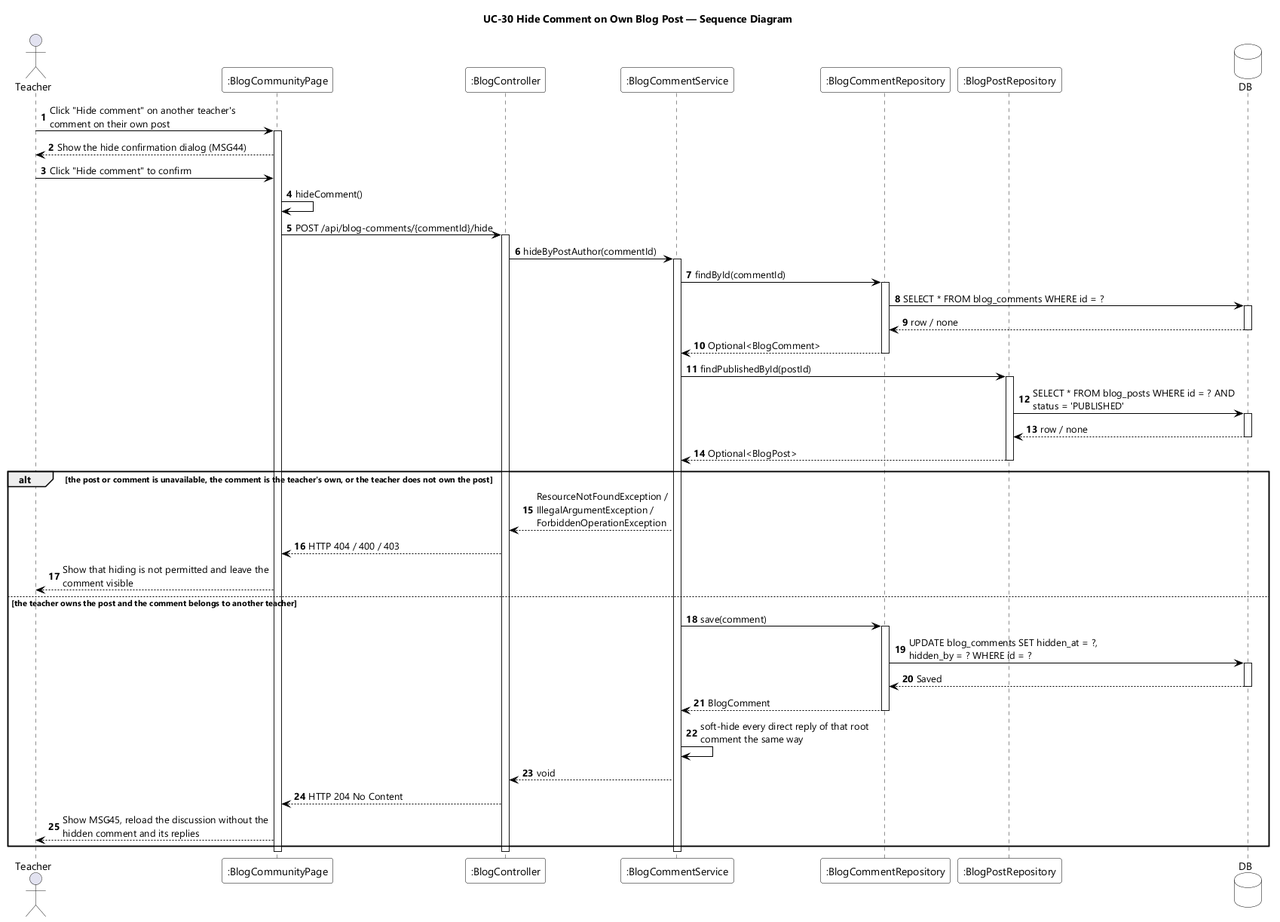
Before: designs/sds-diagrams/uc30/uc30-sequence-diagram.png, a diagram exported from PlantUML (EduA-system/EduA-system).
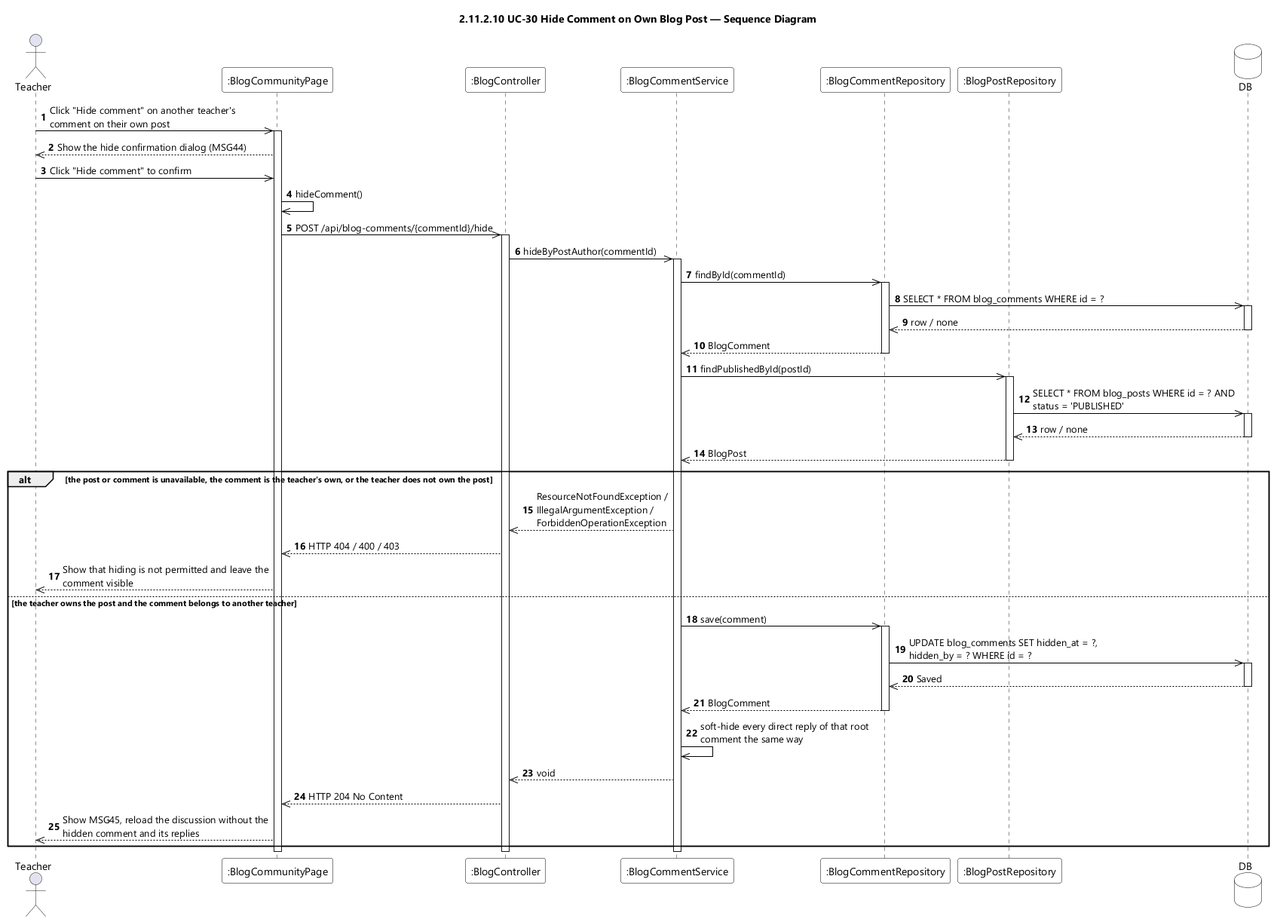
After the commit.

Change to the diagram source:
```diff
@@ -9,7 +9,7 @@
 skinparam ArrowColor #000000
 skinparam sequenceMessageAlign left
 skinparam maxMessageSize 280
-title UC-30 Hide Comment on Own Blog Post — Sequence Diagram
+title 2.11.2.10 UC-30 Hide Comment on Own Blog Post — Sequence Diagram
 
 actor Teacher
 participant ":BlogCommunityPage" as UI
@@ -20,52 +20,52 @@
 database DB
 
 autonumber
-Teacher -> UI : Click "Hide comment" on another teacher's comment on their own post
+Teacher ->> UI : Click "Hide comment" on another teacher's comment on their own post
 activate UI
-UI --> Teacher : Show the hide confirmation dialog (MSG44)
-Teacher -> UI : Click "Hide comment" to confirm
-UI -> UI : hideComment()
-UI -> CTL : POST /api/blog-comments/{commentId}/hide
+UI -->> Teacher : Show the hide confirmation dialog (MSG44)
+Teacher ->> UI : Click "Hide comment" to confirm
+UI ->> UI : hideComment()
+UI ->> CTL : POST /api/blog-comments/{commentId}/hide
 activate CTL
-CTL -> SVC : hideByPostAuthor(commentId)
+CTL ->> SVC : hideByPostAuthor(commentId)
 activate SVC
 
-SVC -> CREPO : findById(commentId)
+SVC ->> CREPO : findById(commentId)
 activate CREPO
-CREPO -> DB : SELECT * FROM blog_comments WHERE id = ?
+CREPO ->> DB : SELECT * FROM blog_comments WHERE id = ?
 activate DB
-DB --> CREPO : row / none
+DB -->> CREPO : row / none
 deactivate DB
-CREPO --> SVC : Optional<BlogComment>
+CREPO -->> SVC : BlogComment
 deactivate CREPO
 
-SVC -> PREPO : findPublishedById(postId)
+SVC ->> PREPO : findPublishedById(postId)
 activate PREPO
-PREPO -> DB : SELECT * FROM blog_posts WHERE id = ? AND status = 'PUBLISHED'
+PREPO ->> DB : SELECT * FROM blog_posts WHERE id = ? AND status = 'PUBLISHED'
 activate DB
-DB --> PREPO : row / none
+DB -->> PREPO : row / none
 deactivate DB
-PREPO --> SVC : Optional<BlogPost>
+PREPO -->> SVC : BlogPost
 deactivate PREPO
 
 alt the post or comment is unavailable, the comment is the teacher's own, or the teacher does not own the post
-  SVC --> CTL : ResourceNotFoundException / IllegalArgumentException / ForbiddenOperationException
-  CTL --> UI : HTTP 404 / 400 / 403
-  UI --> Teacher : Show that hiding is not permitted and leave the comment visible
+  SVC -->> CTL : ResourceNotFoundException / IllegalArgumentException / ForbiddenOperationException
+  CTL -->> UI : HTTP 404 / 400 / 403
+  UI -->> Teacher : Show that hiding is not permitted and leave the comment visible
 
 else the teacher owns the post and the comment belongs to another teacher
-  SVC -> CREPO : save(comment)
+  SVC ->> CREPO : save(comment)
   activate CREPO
-  CREPO -> DB : UPDATE blog_comments SET hidden_at = ?, hidden_by = ? WHERE id = ?
+  CREPO ->> DB : UPDATE blog_comments SET hidden_at = ?, hidden_by = ? WHERE id = ?
   activate DB
-  DB --> CREPO : Saved
+  DB -->> CREPO : Saved
   deactivate DB
-  CREPO --> SVC : BlogComment
+  CREPO -->> SVC : BlogComment
   deactivate CREPO
-  SVC -> SVC : soft-hide every direct reply of that root comment the same way
-  SVC --> CTL : void
-  CTL --> UI : HTTP 204 No Content
-  UI --> Teacher : Show MSG45, reload the discussion without the hidden comment and its replies
+  SVC ->> SVC : soft-hide every direct reply of that root comment the same way
+  SVC -->> CTL : void
+  CTL -->> UI : HTTP 204 No Content
+  UI -->> Teacher : Show MSG45, reload the discussion without the hidden comment and its replies
 end
 
 deactivate SVC
```
